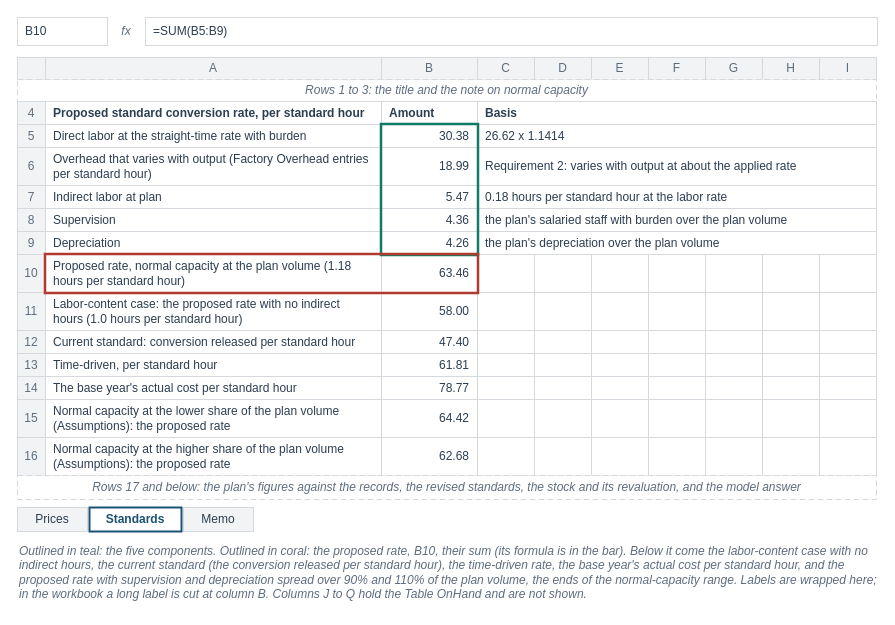
The draw.io diagram facts/instructor/figures/chapter-18-make-buy-or-reprice/IF-18-9-A.drawio in mmcodesso/Accounting_Analytics_Book, before the edit. Source tidied: cells renumbered, new cells numbered last; positions are measured from the earlier drawing's top-left corner, leaving out a move shared by most shapes. Both pictures are drawn from the tidied source at 100%, with x=0, y=0 at pixel (17, 17).
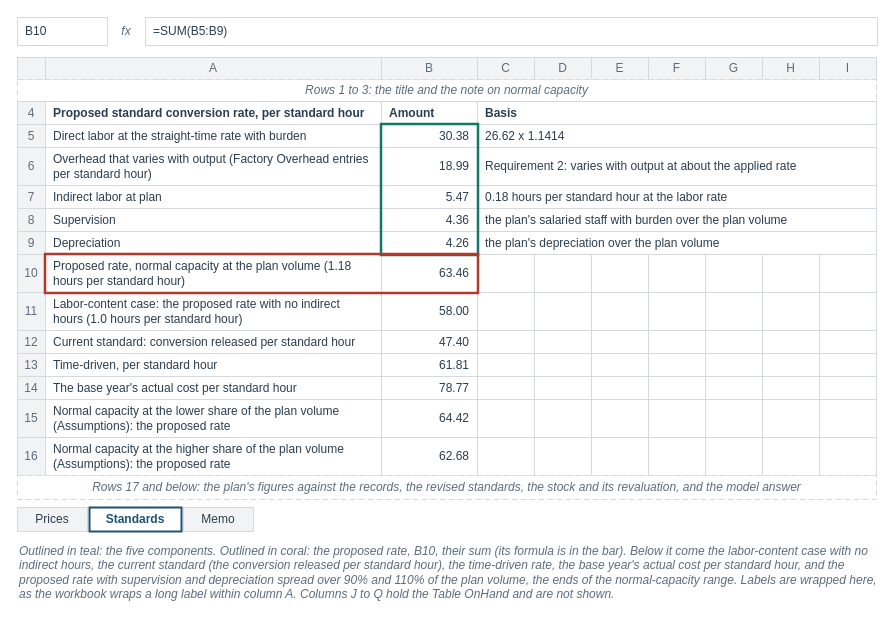
The same diagram, later.

The edit, as a diff of the source:
```diff
@@
-    <mxCell id="115" value="&lt;i&gt;Outlined in teal: the five components. Outlined in coral: the proposed rate, B10, their sum (its formula is in the bar). Below it come the labor-content case with no indirect hours, the current standard (the conversion released per standard hour), the time-driven rate, the base year's actual cost per standard hour, and the proposed rate with supervision and depreciation spread over 90% and 110% of the plan volume, the ends of the normal-capacity range. Labels are wrapped here; in the workbook a long label is cut at column B. Columns J to Q hold the Table OnHand and are not shown.&lt;/i&gt;" style="text;html=1;whiteSpace=wrap;align=left;verticalAlign=top;fontSize=12;fontColor=#5D6D7E;fontStyle=0;fontFamily=Helvetica;spacing=2;fillColor=none;strokeColor=none;" parent="1" vertex="1">
+    <mxCell id="115" value="&lt;i&gt;Outlined in teal: the five components. Outlined in coral: the proposed rate, B10, their sum (its formula is in the bar). Below it come the labor-content case with no indirect hours, the current standard (the conversion released per standard hour), the time-driven rate, the base year's actual cost per standard hour, and the proposed rate with supervision and depreciation spread over 90% and 110% of the plan volume, the ends of the normal-capacity range. Labels are wrapped here, as the workbook wraps a long label within column A. Columns J to Q hold the Table OnHand and are not shown.&lt;/i&gt;" style="text;html=1;whiteSpace=wrap;align=left;verticalAlign=top;fontSize=12;fontColor=#5D6D7E;fontStyle=0;fontFamily=Helvetica;spacing=2;fillColor=none;strokeColor=none;" parent="1" vertex="1">
       <mxGeometry y="520" width="860" height="68" as="geometry" />
     </mxCell>
```
